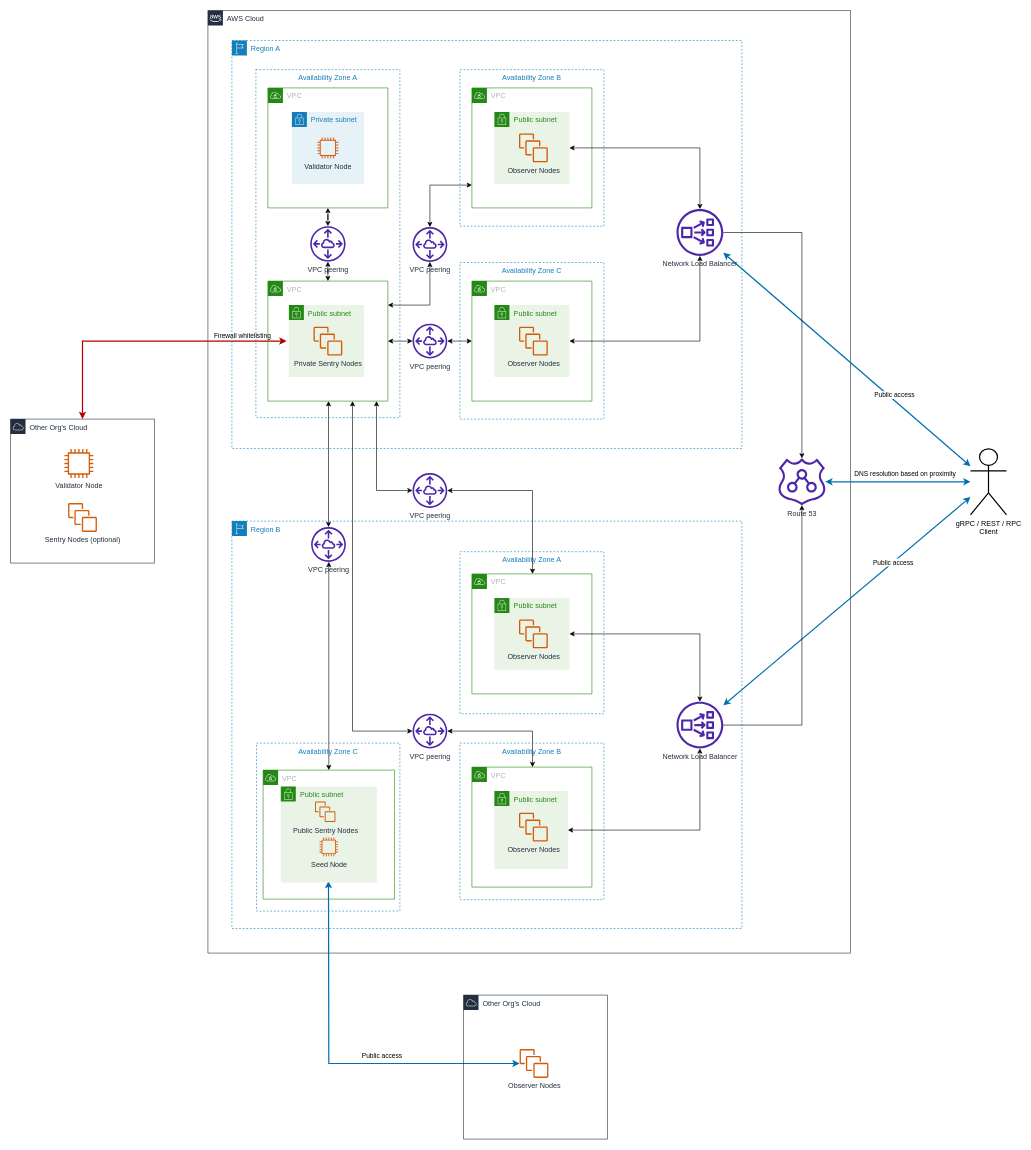
This is docs/design/deployment-aws.drawio from zigbee-alliance/distributed-compliance-ledger, a draw.io file, before an edit. Source tidied: cells renumbered, new cells numbered last; positions are measured from the earlier drawing's top-left corner, leaving out a move shared by most shapes. Both pictures are drawn from the tidied source at 60%, with x=0, y=0 at pixel (10, 10).
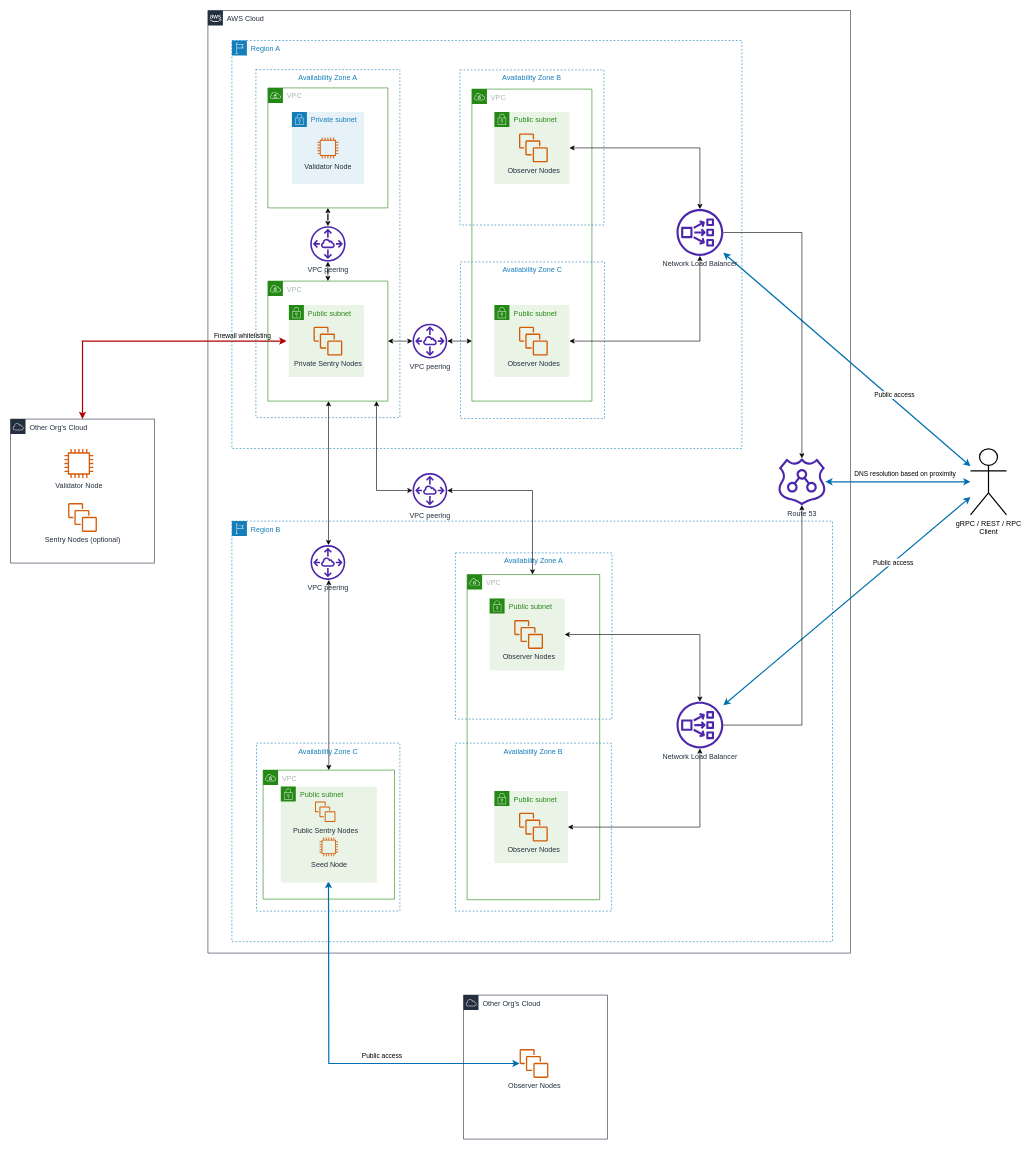
The same page after the edit.

Commit message (it also covers changes not shown here):
Update aws deployment diagram according to terraform

Unchanged cells that the change refers to:
```xml
<mxCell id="30" value="VPC" style="points=[[0,0],[0.25,0],[0.5,0],[0.75,0],[1,0],[1,0.25],[1,0.5],[1,0.75],[1,1],[0.75,1],[0.5,1],[0.25,1],[0,1],[0,0.75],[0,0.5],[0,0.25]];outlineConnect=0;gradientColor=none;html=1;whiteSpace=wrap;fontSize=12;fontStyle=0;shape=mxgraph.aws4.group;grIcon=mxgraph.aws4.group_vpc;strokeColor=#248814;fillColor=none;verticalAlign=top;align=left;spacingLeft=30;fontColor=#AAB7B8;dashed=0;" parent="1" vertex="1">
  <mxGeometry x="429" y="451" width="200" height="200" as="geometry" />
</mxCell>
<mxCell id="36" value="VPC peering" style="sketch=0;outlineConnect=0;fontColor=#232F3E;gradientColor=none;fillColor=#4D27AA;strokeColor=none;dashed=0;verticalLabelPosition=bottom;verticalAlign=top;align=center;html=1;fontSize=12;fontStyle=0;shape=mxgraph.aws4.peering;" parent="1" vertex="1">
  <mxGeometry x="670" y="522" width="58" height="58" as="geometry" />
</mxCell>
```

What changed in the source:
```diff
@@
-    <mxCell id="26" style="edgeStyle=orthogonalEdgeStyle;rounded=0;jettySize=auto;html=1;startArrow=classic;startFill=1;" parent="1" edge="1" source="30" target="45">
-      <mxGeometry relative="1" as="geometry">
-        <Array as="points">
-          <mxPoint x="699" y="491" />
-        </Array>
-      </mxGeometry>
-    </mxCell>
@@
-    <mxCell id="28" style="edgeStyle=orthogonalEdgeStyle;rounded=0;jettySize=auto;html=1;startArrow=classic;startFill=1;" parent="1" edge="1" source="30" target="58">
-      <mxGeometry relative="1" as="geometry">
-        <Array as="points">
-          <mxPoint x="570" y="1201" />
-        </Array>
-      </mxGeometry>
-    </mxCell>
@@
     <mxCell id="34" style="edgeStyle=orthogonalEdgeStyle;rounded=0;jettySize=auto;html=1;startArrow=classic;startFill=1;" parent="1" edge="1" source="35" target="36">
-      <mxGeometry relative="1" as="geometry" />
+      <mxGeometry relative="1" as="geometry">
+        <Array as="points">
+          <mxPoint x="760" y="551" />
+          <mxPoint x="760" y="551" />
+        </Array>
+      </mxGeometry>
     </mxCell>
     <mxCell id="35" value="VPC" style="points=[[0,0],[0.25,0],[0.5,0],[0.75,0],[1,0],[1,0.25],[1,0.5],[1,0.75],[1,1],[0.75,1],[0.5,1],[0.25,1],[0,1],[0,0.75],[0,0.5],[0,0.25]];outlineConnect=0;gradientColor=none;html=1;whiteSpace=wrap;fontSize=12;fontStyle=0;shape=mxgraph.aws4.group;grIcon=mxgraph.aws4.group_vpc;strokeColor=#248814;fillColor=none;verticalAlign=top;align=left;spacingLeft=30;fontColor=#AAB7B8;dashed=0;" parent="1" vertex="1">
-      <mxGeometry x="769" y="451" width="200" height="200" as="geometry" />
+      <mxGeometry x="769" y="131" width="200" height="520" as="geometry" />
     </mxCell>
@@
     <mxCell id="37" value="Availability Zone C" style="fillColor=none;strokeColor=#147EBA;dashed=1;verticalAlign=top;fontStyle=0;fontColor=#147EBA;" parent="1" vertex="1">
-      <mxGeometry x="749" y="420" width="240" height="261" as="geometry" />
+      <mxGeometry x="750" y="419" width="240" height="261" as="geometry" />
     </mxCell>
@@
-    <mxCell id="41" style="edgeStyle=orthogonalEdgeStyle;rounded=0;jettySize=auto;html=1;startArrow=classic;startFill=1;" parent="1" edge="1" source="42" target="45">
-      <mxGeometry relative="1" as="geometry">
-        <Array as="points">
-          <mxPoint x="699" y="291" />
-        </Array>
-      </mxGeometry>
-    </mxCell>
-    <mxCell id="42" value="VPC" style="points=[[0,0],[0.25,0],[0.5,0],[0.75,0],[1,0],[1,0.25],[1,0.5],[1,0.75],[1,1],[0.75,1],[0.5,1],[0.25,1],[0,1],[0,0.75],[0,0.5],[0,0.25]];outlineConnect=0;gradientColor=none;html=1;whiteSpace=wrap;fontSize=12;fontStyle=0;shape=mxgraph.aws4.group;grIcon=mxgraph.aws4.group_vpc;strokeColor=#248814;fillColor=none;verticalAlign=top;align=left;spacingLeft=30;fontColor=#AAB7B8;dashed=0;" parent="1" vertex="1">
-      <mxGeometry x="769" y="129" width="200" height="200" as="geometry" />
-    </mxCell>
-    <mxCell id="43" value="Public subnet" style="points=[[0,0],[0.25,0],[0.5,0],[0.75,0],[1,0],[1,0.25],[1,0.5],[1,0.75],[1,1],[0.75,1],[0.5,1],[0.25,1],[0,1],[0,0.75],[0,0.5],[0,0.25]];outlineConnect=0;gradientColor=none;html=1;whiteSpace=wrap;fontSize=12;fontStyle=0;shape=mxgraph.aws4.group;grIcon=mxgraph.aws4.group_security_group;grStroke=0;strokeColor=#248814;fillColor=#E9F3E6;verticalAlign=top;align=left;spacingLeft=30;fontColor=#248814;dashed=0;" parent="42" vertex="1">
-      <mxGeometry x="37.5" y="40" width="125" height="120" as="geometry" />
-    </mxCell>
-    <mxCell id="44" value="Observer Nodes" style="sketch=0;fontColor=#232F3E;gradientColor=none;fillColor=#D45B07;strokeColor=none;dashed=0;verticalLabelPosition=bottom;verticalAlign=top;align=center;html=1;fontSize=12;fontStyle=0;shape=mxgraph.aws4.instances;" parent="43" vertex="1">
-      <mxGeometry x="41" y="36" width="48" height="48" as="geometry" />
-    </mxCell>
-    <mxCell id="45" value="VPC peering" style="sketch=0;outlineConnect=0;fontColor=#232F3E;gradientColor=none;fillColor=#4D27AA;strokeColor=none;dashed=0;verticalLabelPosition=bottom;verticalAlign=top;align=center;html=1;fontSize=12;fontStyle=0;shape=mxgraph.aws4.peering;" parent="1" vertex="1">
-      <mxGeometry x="670" y="361" width="58" height="58" as="geometry" />
-    </mxCell>
@@
     <mxCell id="48" value="Region B" style="gradientColor=none;html=1;whiteSpace=wrap;fontSize=12;fontStyle=0;shape=mxgraph.aws4.group;grIcon=mxgraph.aws4.group_region;strokeColor=#147EBA;fillColor=none;verticalAlign=top;align=left;spacingLeft=30;fontColor=#147EBA;dashed=1;" parent="1" vertex="1">
-      <mxGeometry x="369" y="851" width="850" height="679" as="geometry" />
+      <mxGeometry x="369" y="851" width="1001" height="701" as="geometry" />
     </mxCell>
-    <mxCell id="49" style="edgeStyle=orthogonalEdgeStyle;rounded=0;jettySize=auto;html=1;startArrow=classic;startFill=1;" parent="48" edge="1" source="50" target="58">
-      <mxGeometry relative="1" as="geometry">
-        <Array as="points">
-          <mxPoint x="501" y="350" />
-        </Array>
-      </mxGeometry>
-    </mxCell>
-    <mxCell id="50" value="VPC" style="points=[[0,0],[0.25,0],[0.5,0],[0.75,0],[1,0],[1,0.25],[1,0.5],[1,0.75],[1,1],[0.75,1],[0.5,1],[0.25,1],[0,1],[0,0.75],[0,0.5],[0,0.25]];outlineConnect=0;gradientColor=none;html=1;whiteSpace=wrap;fontSize=12;fontStyle=0;shape=mxgraph.aws4.group;grIcon=mxgraph.aws4.group_vpc;strokeColor=#248814;fillColor=none;verticalAlign=top;align=left;spacingLeft=30;fontColor=#AAB7B8;dashed=0;" parent="48" vertex="1">
-      <mxGeometry x="400" y="410" width="200" height="200" as="geometry" />
-    </mxCell>
@@
     <mxCell id="52" value="Public subnet" style="points=[[0,0],[0.25,0],[0.5,0],[0.75,0],[1,0],[1,0.25],[1,0.5],[1,0.75],[1,1],[0.75,1],[0.5,1],[0.25,1],[0,1],[0,0.75],[0,0.5],[0,0.25]];outlineConnect=0;gradientColor=none;html=1;whiteSpace=wrap;fontSize=12;fontStyle=0;shape=mxgraph.aws4.group;grIcon=mxgraph.aws4.group_security_group;grStroke=0;strokeColor=#248814;fillColor=#E9F3E6;verticalAlign=top;align=left;spacingLeft=30;fontColor=#248814;dashed=0;" parent="48" vertex="1">
-      <mxGeometry x="437.5" y="450" width="122.5" height="130" as="geometry" />
+      <mxGeometry x="437.5" y="450" width="122.5" height="120" as="geometry" />
     </mxCell>
@@
-    <mxCell id="54" value="Availability Zone B" style="fillColor=none;strokeColor=#147EBA;dashed=1;verticalAlign=top;fontStyle=0;fontColor=#147EBA;" parent="52" vertex="1">
-      <mxGeometry x="-57.5" y="-80" width="240" height="261" as="geometry" />
-    </mxCell>
     <mxCell id="55" value="VPC" style="points=[[0,0],[0.25,0],[0.5,0],[0.75,0],[1,0],[1,0.25],[1,0.5],[1,0.75],[1,1],[0.75,1],[0.5,1],[0.25,1],[0,1],[0,0.75],[0,0.5],[0,0.25]];outlineConnect=0;gradientColor=none;html=1;whiteSpace=wrap;fontSize=12;fontStyle=0;shape=mxgraph.aws4.group;grIcon=mxgraph.aws4.group_vpc;strokeColor=#248814;fillColor=none;verticalAlign=top;align=left;spacingLeft=30;fontColor=#AAB7B8;dashed=0;" parent="48" vertex="1">
-      <mxGeometry x="400" y="88" width="200" height="200" as="geometry" />
+      <mxGeometry x="392" y="89" width="221" height="542" as="geometry" />
     </mxCell>
@@
-    <mxCell id="58" value="VPC peering" style="sketch=0;outlineConnect=0;fontColor=#232F3E;gradientColor=none;fillColor=#4D27AA;strokeColor=none;dashed=0;verticalLabelPosition=bottom;verticalAlign=top;align=center;html=1;fontSize=12;fontStyle=0;shape=mxgraph.aws4.peering;" parent="48" vertex="1">
-      <mxGeometry x="301" y="321" width="58" height="58" as="geometry" />
-    </mxCell>
+    <mxCell id="54" value="Availability Zone B" style="fillColor=none;strokeColor=#147EBA;dashed=1;verticalAlign=top;fontStyle=0;fontColor=#147EBA;" parent="55" vertex="1">
+      <mxGeometry x="-19.5" y="281" width="260" height="280" as="geometry" />
+    </mxCell>
@@
     <mxCell id="61" value="Availability Zone A" style="fillColor=none;strokeColor=#147EBA;dashed=1;verticalAlign=top;fontStyle=0;fontColor=#147EBA;" parent="48" vertex="1">
-      <mxGeometry x="380" y="51" width="240" height="270" as="geometry" />
+      <mxGeometry x="372.5" y="53" width="261" height="277" as="geometry" />
     </mxCell>
@@
     <mxCell id="67" value="VPC peering" style="sketch=0;outlineConnect=0;fontColor=#232F3E;gradientColor=none;fillColor=#4D27AA;strokeColor=none;dashed=0;verticalLabelPosition=bottom;verticalAlign=top;align=center;html=1;fontSize=12;fontStyle=0;shape=mxgraph.aws4.peering;" parent="48" vertex="1">
-      <mxGeometry x="132" y="10" width="58" height="58" as="geometry" />
+      <mxGeometry x="131" y="40" width="58" height="58" as="geometry" />
     </mxCell>
@@
     <mxCell id="72" value="Availability Zone B" style="fillColor=none;strokeColor=#147EBA;dashed=1;verticalAlign=top;fontStyle=0;fontColor=#147EBA;" parent="1" vertex="1">
-      <mxGeometry x="749" y="98.5" width="240" height="261" as="geometry" />
+      <mxGeometry x="749" y="99" width="240" height="258.5" as="geometry" />
     </mxCell>
@@
+    <mxCell id="43" value="Public subnet" style="points=[[0,0],[0.25,0],[0.5,0],[0.75,0],[1,0],[1,0.25],[1,0.5],[1,0.75],[1,1],[0.75,1],[0.5,1],[0.25,1],[0,1],[0,0.75],[0,0.5],[0,0.25]];outlineConnect=0;gradientColor=none;html=1;whiteSpace=wrap;fontSize=12;fontStyle=0;shape=mxgraph.aws4.group;grIcon=mxgraph.aws4.group_security_group;grStroke=0;strokeColor=#248814;fillColor=#E9F3E6;verticalAlign=top;align=left;spacingLeft=30;fontColor=#248814;dashed=0;" parent="1" vertex="1">
+      <mxGeometry x="806.5" y="169" width="125" height="120" as="geometry" />
+    </mxCell>
+    <mxCell id="44" value="Observer Nodes" style="sketch=0;fontColor=#232F3E;gradientColor=none;fillColor=#D45B07;strokeColor=none;dashed=0;verticalLabelPosition=bottom;verticalAlign=top;align=center;html=1;fontSize=12;fontStyle=0;shape=mxgraph.aws4.instances;" parent="43" vertex="1">
+      <mxGeometry x="41" y="36" width="48" height="48" as="geometry" />
+    </mxCell>
```
